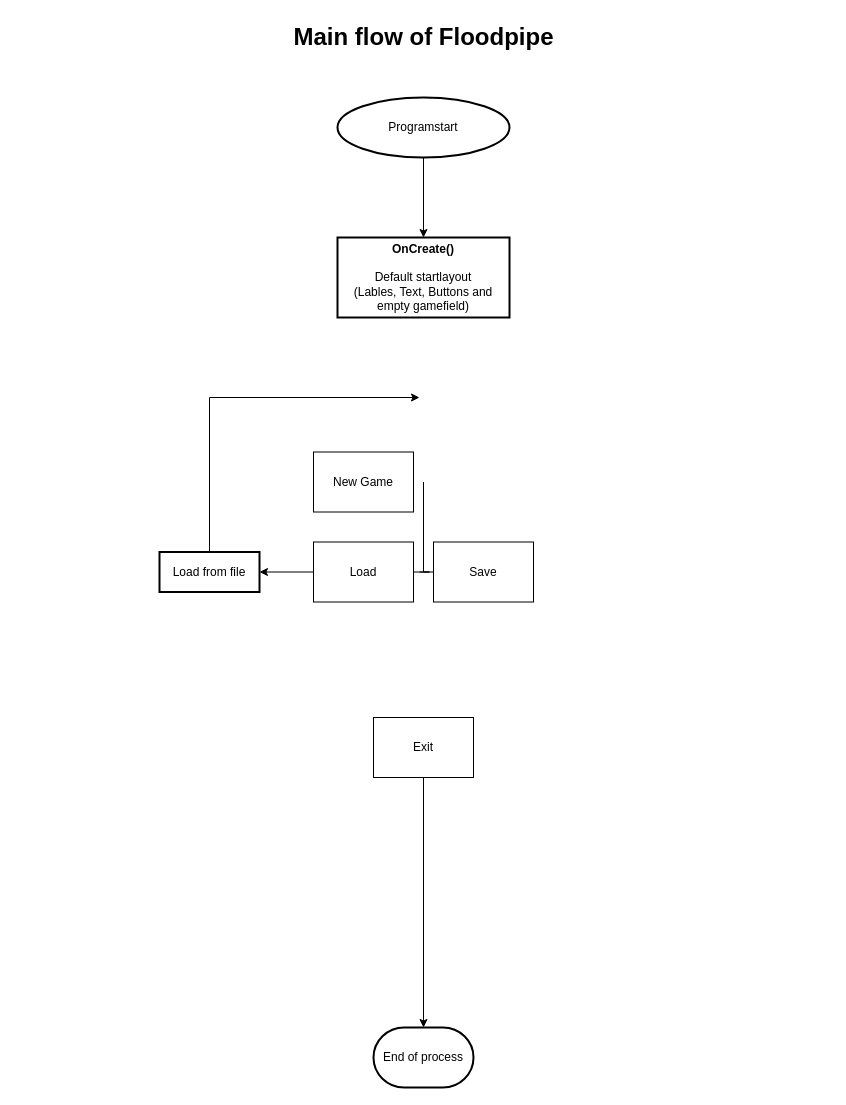
The draw.io diagram page "MainFlow" (2 of 3) of Floodpipe/documentation/Floodpipe.drawio in TheZitroX/floodpipe, before the edit. Source tidied: cells renumbered, new cells numbered last; positions are measured from the earlier drawing's top-left corner, leaving out a move shared by most shapes. Both pictures are drawn from the tidied source at 100%, with x=0, y=0 at pixel (17, 17).
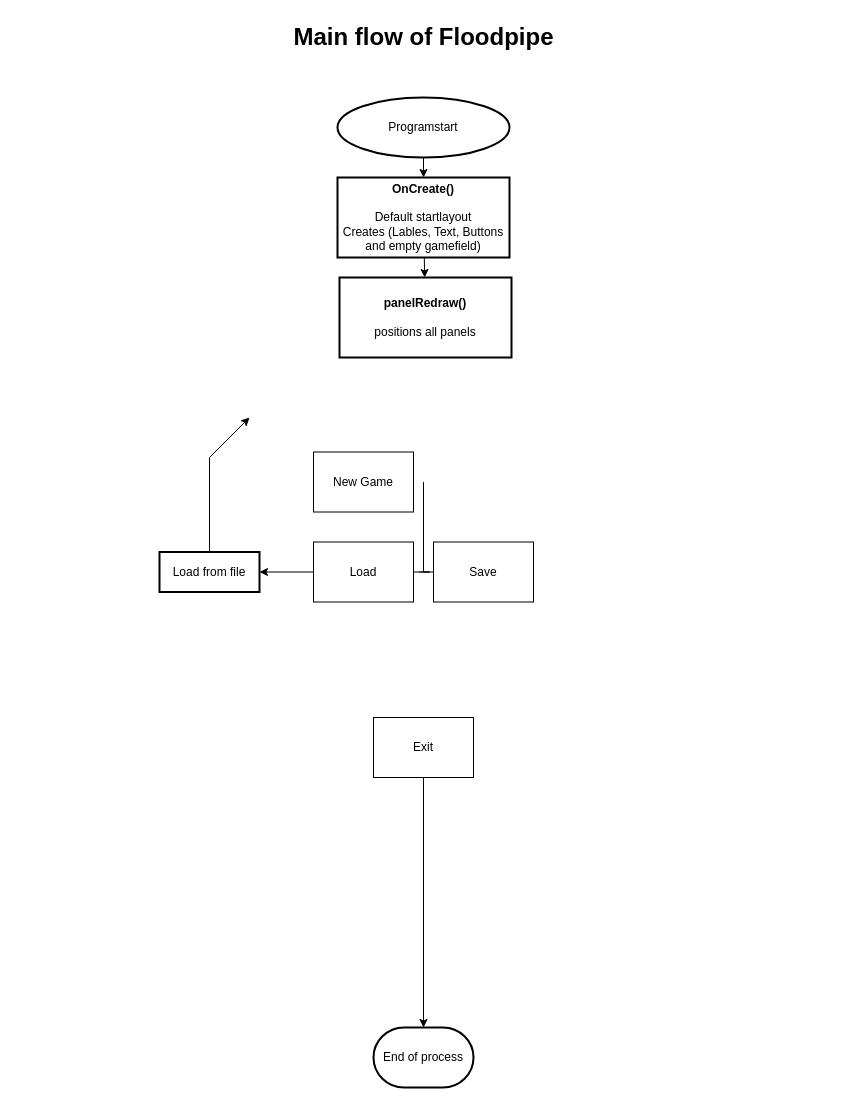
The same page after the edit.

Unchanged cells that the change refers to:
```xml
<mxCell id="16" value="Load from file" style="rounded=0;whiteSpace=wrap;html=1;absoluteArcSize=1;arcSize=14;strokeWidth=2;" parent="1" vertex="1">
  <mxGeometry x="142" y="534.5" width="100" height="40" as="geometry" />
</mxCell>
```

What changed in the source:
```diff
@@
+    <mxCell id="17" style="edgeStyle=none;html=1;" parent="1" edge="1" source="5" target="18">
+      <mxGeometry relative="1" as="geometry" />
+    </mxCell>
-    <mxCell id="5" value="&lt;b&gt;OnCreate()&lt;br&gt;&lt;br&gt;&lt;/b&gt;Default startlayout&lt;br&gt;(Lables, Text, Buttons and empty gamefield)" style="rounded=0;whiteSpace=wrap;html=1;absoluteArcSize=1;arcSize=14;strokeWidth=2;" parent="1" vertex="1">
-      <mxGeometry x="320" y="220" width="172" height="80" as="geometry" />
+    <mxCell id="5" value="&lt;b&gt;OnCreate()&lt;br&gt;&lt;br&gt;&lt;/b&gt;Default startlayout&lt;br&gt;Creates (Lables, Text, Buttons and empty gamefield)" style="rounded=0;whiteSpace=wrap;html=1;absoluteArcSize=1;arcSize=14;strokeWidth=2;" parent="1" vertex="1">
+      <mxGeometry x="320" y="160" width="172" height="80" as="geometry" />
     </mxCell>
@@
     <mxCell id="15" style="edgeStyle=none;html=1;exitX=0.5;exitY=0;exitDx=0;exitDy=0;rounded=0;" parent="1" edge="1" source="16">
       <mxGeometry relative="1" as="geometry">
-        <mxPoint x="402" y="380" as="targetPoint" />
+        <mxPoint x="232" y="400" as="targetPoint" />
         <Array as="points">
-          <mxPoint x="192" y="380" />
+          <mxPoint x="192" y="440" />
         </Array>
       </mxGeometry>
     </mxCell>
@@
+    <mxCell id="18" value="&lt;b&gt;panelRedraw()&lt;br&gt;&lt;br&gt;&lt;/b&gt;positions all panels" style="rounded=0;whiteSpace=wrap;html=1;absoluteArcSize=1;arcSize=14;strokeWidth=2;" parent="1" vertex="1">
+      <mxGeometry x="322" y="260" width="172" height="80" as="geometry" />
+    </mxCell>
```
